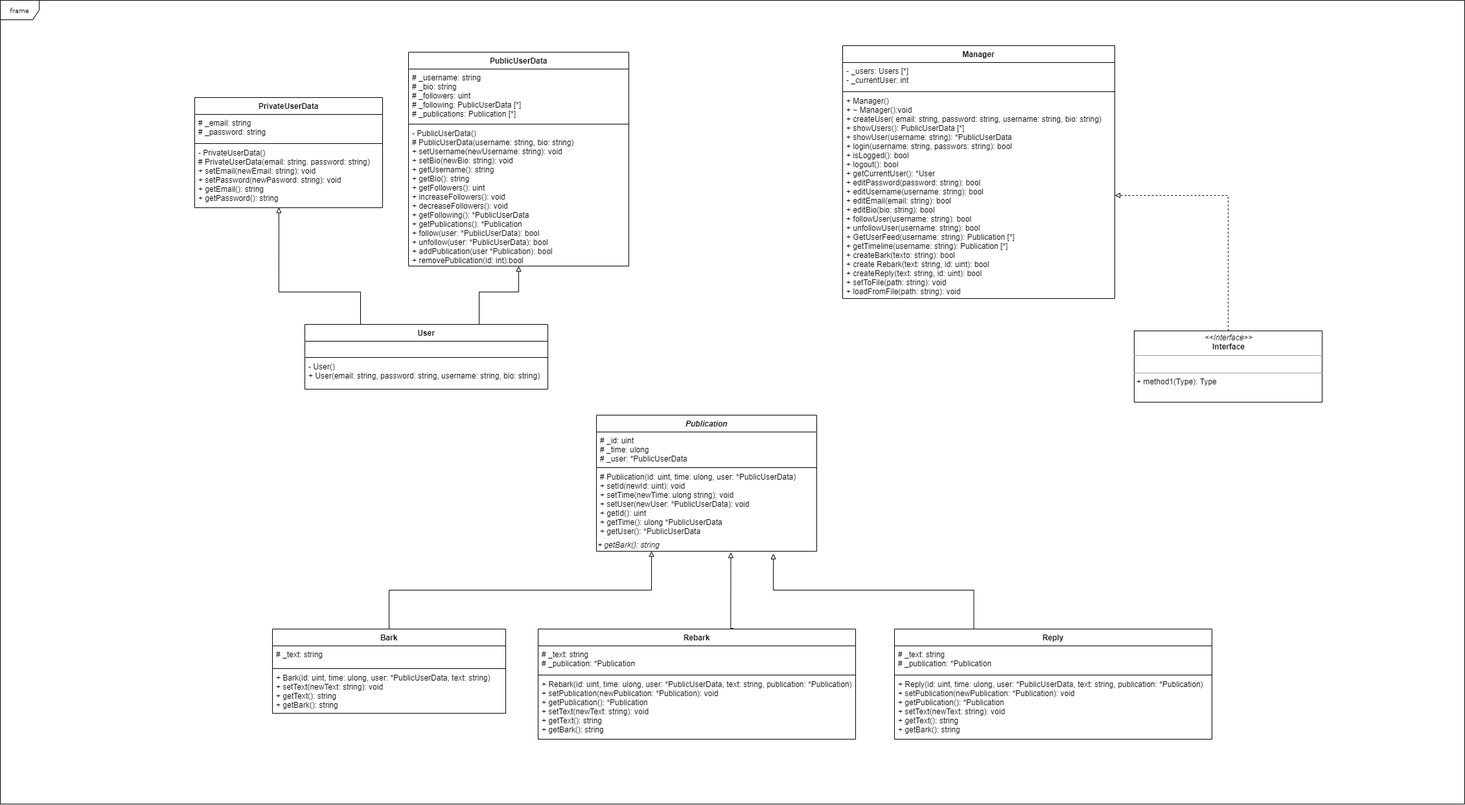
The draw.io diagram docs/UMLDiagram_Proyecto.png in metroid2010/inf-industrial-project, before a commit. Source tidied: cells renumbered, new cells last; positions are measured from the earlier drawing's top-left corner, leaving out a move shared by most shapes.
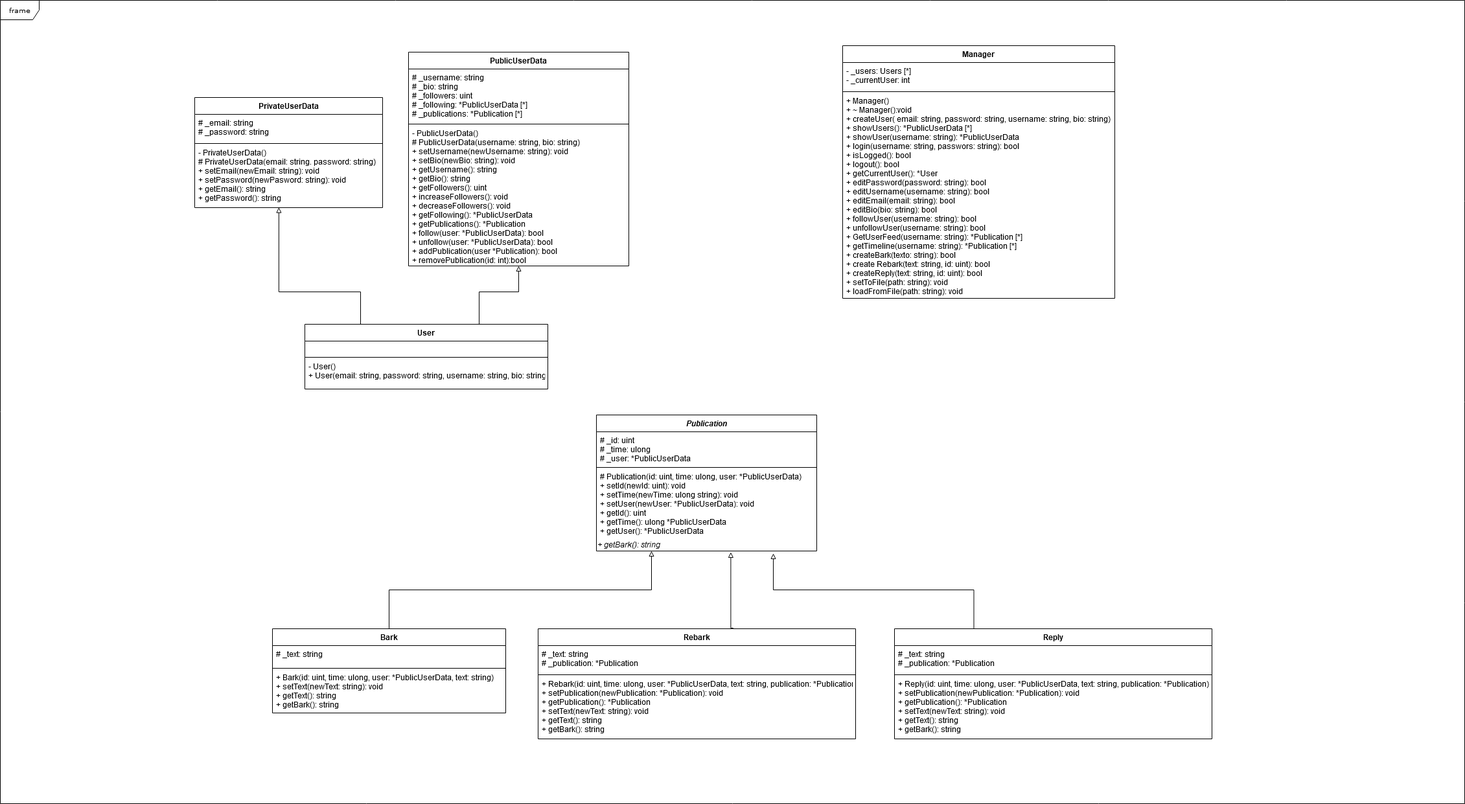
Later version of the same file.

Commit message:
quitada interfaz, indicado arrays de punteros donde corresponde

The edit, as a diff of the source:
```diff
@@ -39,7 +39,7 @@
     <mxCell id="8" value="PublicUserData" style="swimlane;fontStyle=1;align=center;verticalAlign=top;horizontal=1;startSize=26;" parent="1" vertex="1">
       <mxGeometry x="630" y="80" width="340" height="330" as="geometry" />
     </mxCell>
-    <mxCell id="9" value="# _username: string&#10;# _bio: string&#10;# _followers: uint&#10;# _following: PublicUserData [*]&#10;# _publications: Publication [*]" style="text;strokeColor=none;fillColor=none;align=left;verticalAlign=top;spacingLeft=4;spacingRight=4;overflow=hidden;" parent="8" vertex="1">
+    <mxCell id="9" value="# _username: string&#10;# _bio: string&#10;# _followers: uint&#10;# _following: *PublicUserData [*]&#10;# _publications: *Publication [*]" style="text;strokeColor=none;fillColor=none;align=left;verticalAlign=top;spacingLeft=4;spacingRight=4;overflow=hidden;" parent="8" vertex="1">
       <mxGeometry y="26" width="340" height="84" as="geometry" />
     </mxCell>
     <mxCell id="10" style="line;strokeWidth=1;fillColor=none;align=left;verticalAlign=middle;spacingTop=-1;spacingLeft=3;spacingRight=3;labelPosition=right;" parent="8" vertex="1">
@@ -60,12 +60,6 @@
     <mxCell id="15" value="- PrivateUserData()&#10;# PrivateUserData(email: string. password: string)&#10;+ setEmail(newEmail: string): void&#10;+ setPassword(newPasword: string): void&#10;+ getEmail(): string&#10;+ getPassword(): string&#10;&#10;" style="text;strokeColor=none;fillColor=none;align=left;verticalAlign=top;spacingLeft=4;spacingRight=4;overflow=hidden;points=[[0,0.5],[1,0.5]];portConstraint=eastwest;" parent="12" vertex="1">
       <mxGeometry y="72" width="290" height="98" as="geometry" />
     </mxCell>
-    <mxCell id="16" style="edgeStyle=orthogonalEdgeStyle;rounded=0;jettySize=auto;html=1;exitX=0.5;exitY=0;exitDx=0;exitDy=0;endArrow=block;endFill=0;dashed=1;" parent="1" edge="1" source="17" target="38">
-      <mxGeometry relative="1" as="geometry" />
-    </mxCell>
-    <mxCell id="17" value="&lt;p style=&quot;margin: 0px ; margin-top: 4px ; text-align: center&quot;&gt;&lt;i&gt;&amp;lt;&amp;lt;Interface&amp;gt;&amp;gt;&lt;/i&gt;&lt;br&gt;&lt;b&gt;Interface&lt;/b&gt;&lt;/p&gt;&lt;hr size=&quot;1&quot;&gt;&lt;p style=&quot;margin: 0px ; margin-left: 4px&quot;&gt;&lt;br&gt;&lt;/p&gt;&lt;hr size=&quot;1&quot;&gt;&lt;p style=&quot;margin: 0px ; margin-left: 4px&quot;&gt;+ method1(Type): Type&lt;br&gt;&lt;br&gt;&lt;/p&gt;" style="verticalAlign=top;align=left;overflow=fill;fontSize=12;fontFamily=Helvetica;html=1;" parent="1" vertex="1">
-      <mxGeometry x="1750" y="510" width="290" height="110" as="geometry" />
-    </mxCell>
     <mxCell id="18" value="Reply" style="swimlane;fontStyle=1;align=center;verticalAlign=top;horizontal=1;startSize=26;" parent="1" vertex="1">
       <mxGeometry x="1380" y="970" width="490" height="170" as="geometry" />
     </mxCell>
@@ -126,7 +120,7 @@
     <mxCell id="37" style="line;strokeWidth=1;fillColor=none;align=left;verticalAlign=middle;spacingTop=-1;spacingLeft=3;spacingRight=3;labelPosition=right;" parent="35" vertex="1">
       <mxGeometry y="70" width="420" height="2" as="geometry" />
     </mxCell>
-    <mxCell id="38" value="+ Manager()&#10;+ ~ Manager():void&#10;+ createUser( email: string, password: string, username: string, bio: string)&#10;+ showUsers(): PublicUserData [*]&#10;+ showUser(username: string): *PublicUserData&#10;+ login(username: string, passwors: string): bool&#10;+ isLogged(): bool&#10;+ logout(): bool&#10;+ getCurrentUser(): *User&#10;+ editPassword(password: string): bool&#10;+ editUsername(username: string): bool&#10;+ editEmail(email: string): bool&#10;+ editBio(bio: string): bool&#10;+ followUser(username: string): bool&#10;+ unfollowUser(username: string): bool&#10;+ GetUserFeed(username: string): Publication [*]&#10;+ getTimeline(username: string): Publication [*]&#10;+ createBark(texto: string): bool&#10;+ create Rebark(text: string, id: uint): bool&#10;+ createReply(text: string, id: uint): bool&#10;+ setToFile(path: string): void&#10;+ loadFromFile(path: string): void" style="text;strokeColor=none;fillColor=none;align=left;verticalAlign=top;spacingLeft=4;spacingRight=4;overflow=hidden;points=[[0,0.5],[1,0.5]];portConstraint=eastwest;" parent="35" vertex="1">
+    <mxCell id="38" value="+ Manager()&#10;+ ~ Manager():void&#10;+ createUser( email: string, password: string, username: string, bio: string)&#10;+ showUsers(): *PublicUserData [*]&#10;+ showUser(username: string): *PublicUserData&#10;+ login(username: string, passwors: string): bool&#10;+ isLogged(): bool&#10;+ logout(): bool&#10;+ getCurrentUser(): *User&#10;+ editPassword(password: string): bool&#10;+ editUsername(username: string): bool&#10;+ editEmail(email: string): bool&#10;+ editBio(bio: string): bool&#10;+ followUser(username: string): bool&#10;+ unfollowUser(username: string): bool&#10;+ GetUserFeed(username: string): *Publication [*]&#10;+ getTimeline(username: string): *Publication [*]&#10;+ createBark(texto: string): bool&#10;+ create Rebark(text: string, id: uint): bool&#10;+ createReply(text: string, id: uint): bool&#10;+ setToFile(path: string): void&#10;+ loadFromFile(path: string): void" style="text;strokeColor=none;fillColor=none;align=left;verticalAlign=top;spacingLeft=4;spacingRight=4;overflow=hidden;points=[[0,0.5],[1,0.5]];portConstraint=eastwest;" parent="35" vertex="1">
       <mxGeometry y="72" width="420" height="318" as="geometry" />
     </mxCell>
     <mxCell id="39" value="User" style="swimlane;fontStyle=1;align=center;verticalAlign=top;horizontal=1;startSize=26;" parent="1" vertex="1">
```
